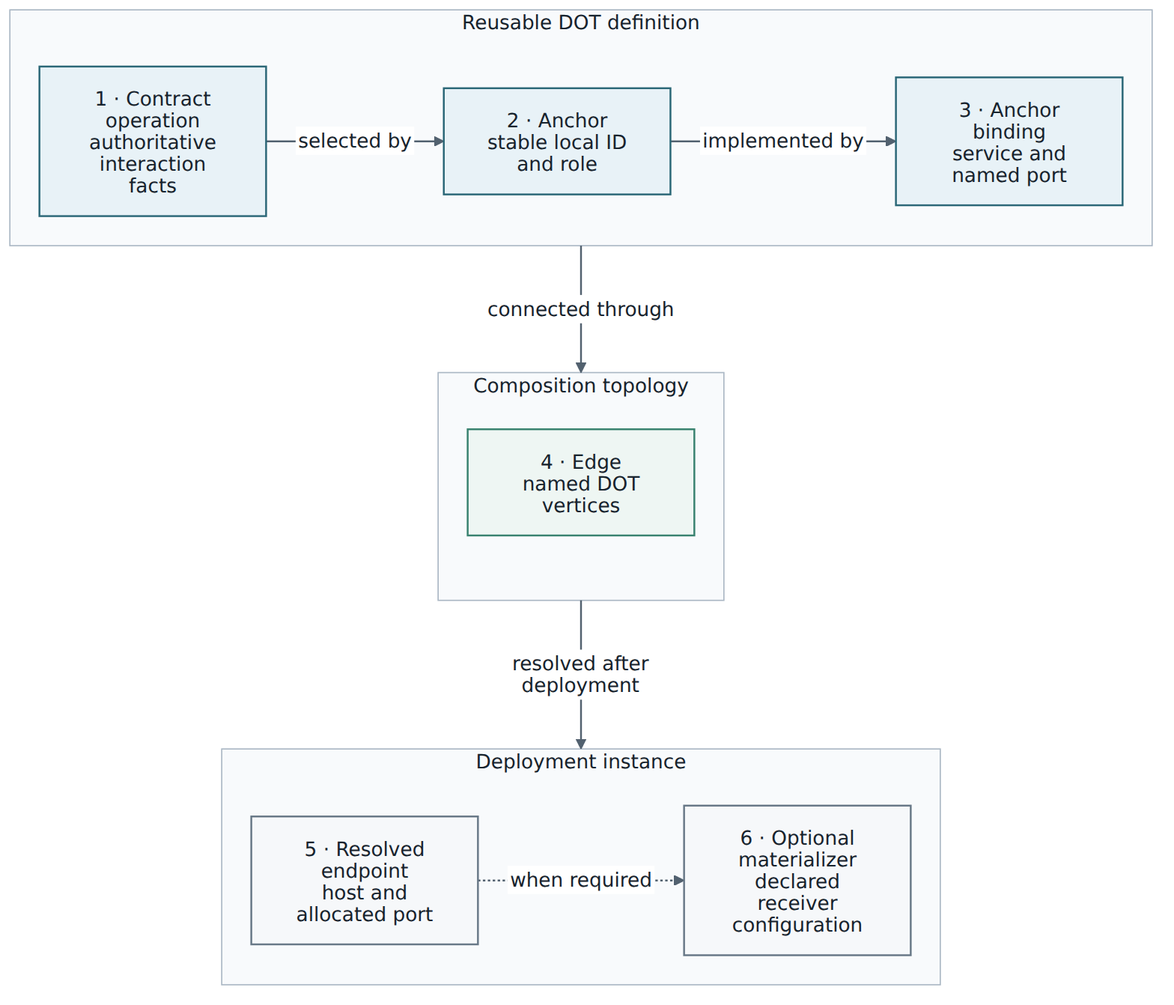
This is DOT-Design/next/dot-design/_images/diagrams/contract-anchor-wire-chain.png from MARE-EU-Project/DOT-Docs, a Mermaid export, as it was before one commit. Its source is kept beside it as DOT-Design/next/dot-design/_attachments/diagrams/contract-anchor-wire-chain.mmd.
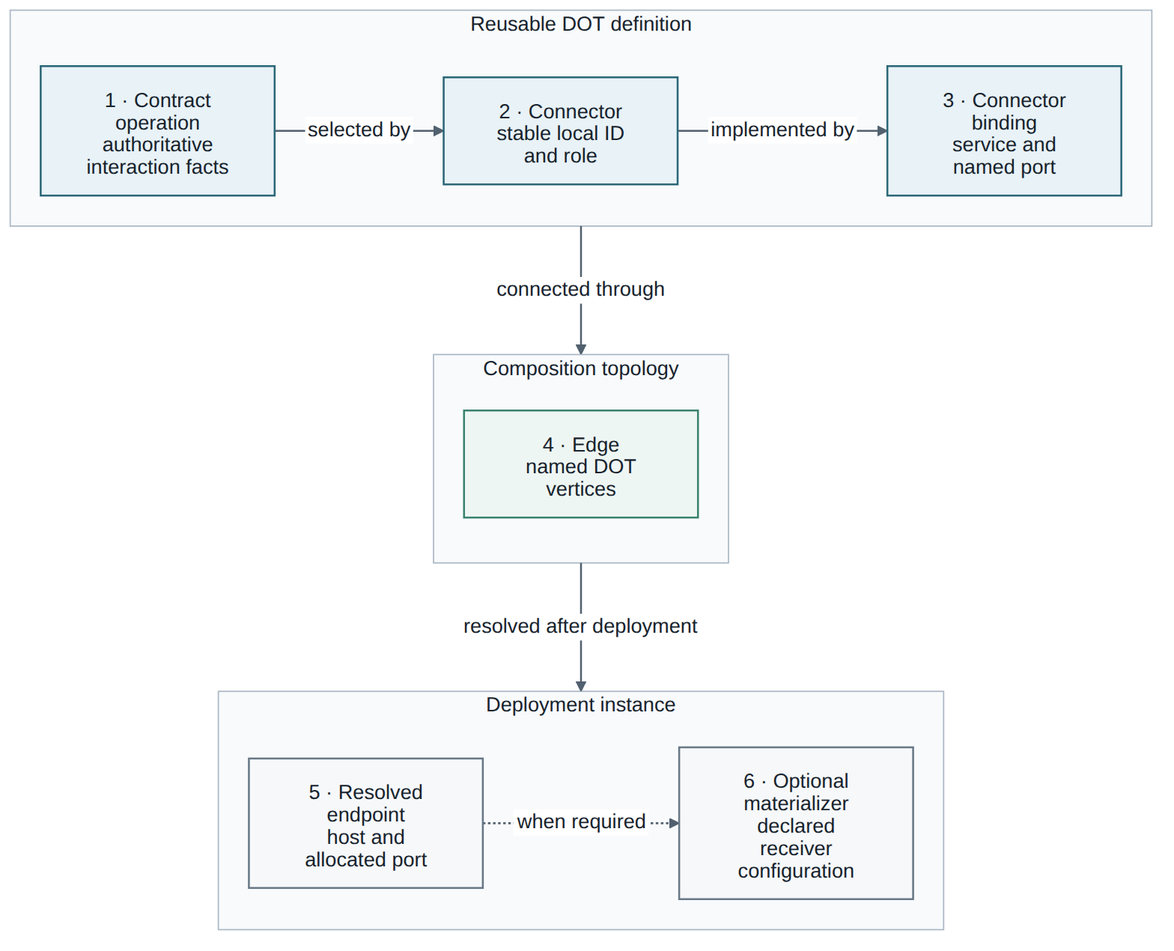
The same diagram one commit later.

What changed in the source:
```diff
@@ -1,14 +1,14 @@
 flowchart TB
   accTitle: Contract to runtime connection chain
-  accDescr: Contract semantics are selected by a stable Anchor, implemented by a service-port binding, connected by a composition edge, and resolved to a runtime endpoint with an optional configuration materializer.
+  accDescr: Contract semantics are selected by a stable Connector, implemented by a service-port binding, connected by a composition edge, and resolved to a runtime endpoint with an optional configuration materializer.
 
   subgraph Definition["Reusable DOT definition"]
     direction LR
     Contract["1 · Contract operation<br/>authoritative interaction facts"]
-    Anchor["2 · Anchor<br/>stable local ID and role"]
-    Binding["3 · Anchor binding<br/>service and named port"]
-    Contract -->|selected by| Anchor
-    Anchor -->|implemented by| Binding
+    Connector["2 · Connector<br/>stable local ID and role"]
+    Binding["3 · Connector binding<br/>service and named port"]
+    Contract -->|selected by| Connector
+    Connector -->|implemented by| Binding
   end
 
   subgraph Topology["Composition topology"]
@@ -28,6 +28,6 @@
   classDef definition fill:#e8f2f7,stroke:#2b6777,color:#17232d,stroke-width:1.5px;
   classDef topology fill:#eef6f3,stroke:#39826f,color:#17232d,stroke-width:1.5px;
   classDef runtime fill:#f6f8fa,stroke:#687887,color:#17232d,stroke-width:1.5px;
-  class Contract,Anchor,Binding definition;
+  class Contract,Connector,Binding definition;
   class Edge topology;
   class Endpoint,Materializer runtime;
```
